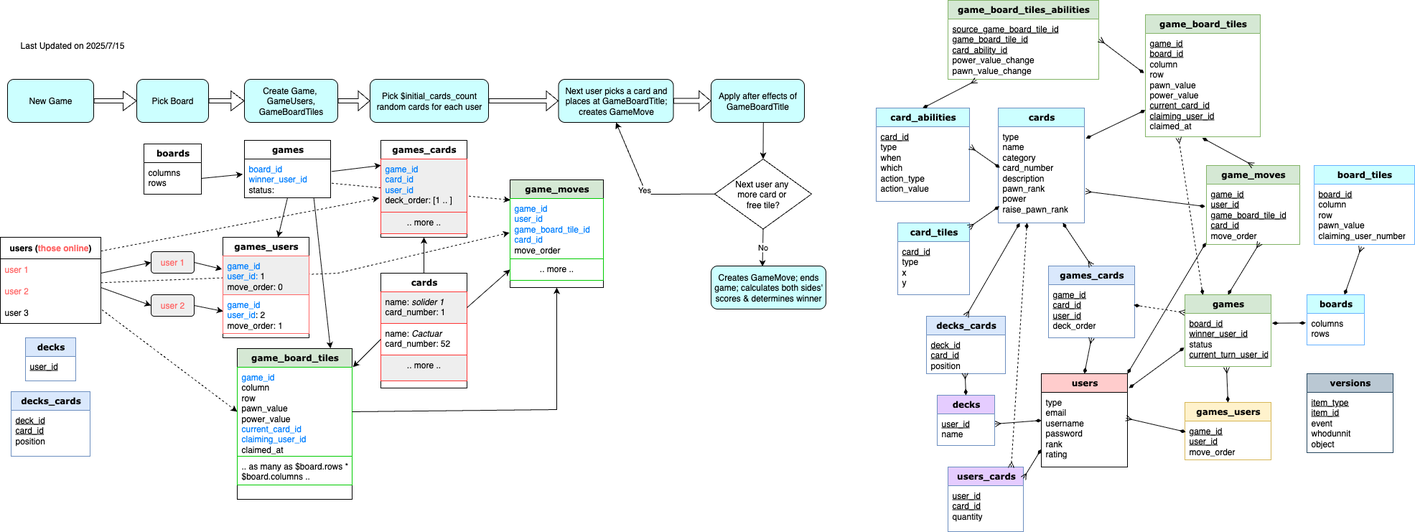
Before: doc/diagrams/EER.drawio.png, a diagram exported from draw.io (briangan/queens_blood_by_fan). Source tidied: cells renumbered, new cells last; positions are measured from the earlier drawing's top-left corner, leaving out a move shared by most shapes.
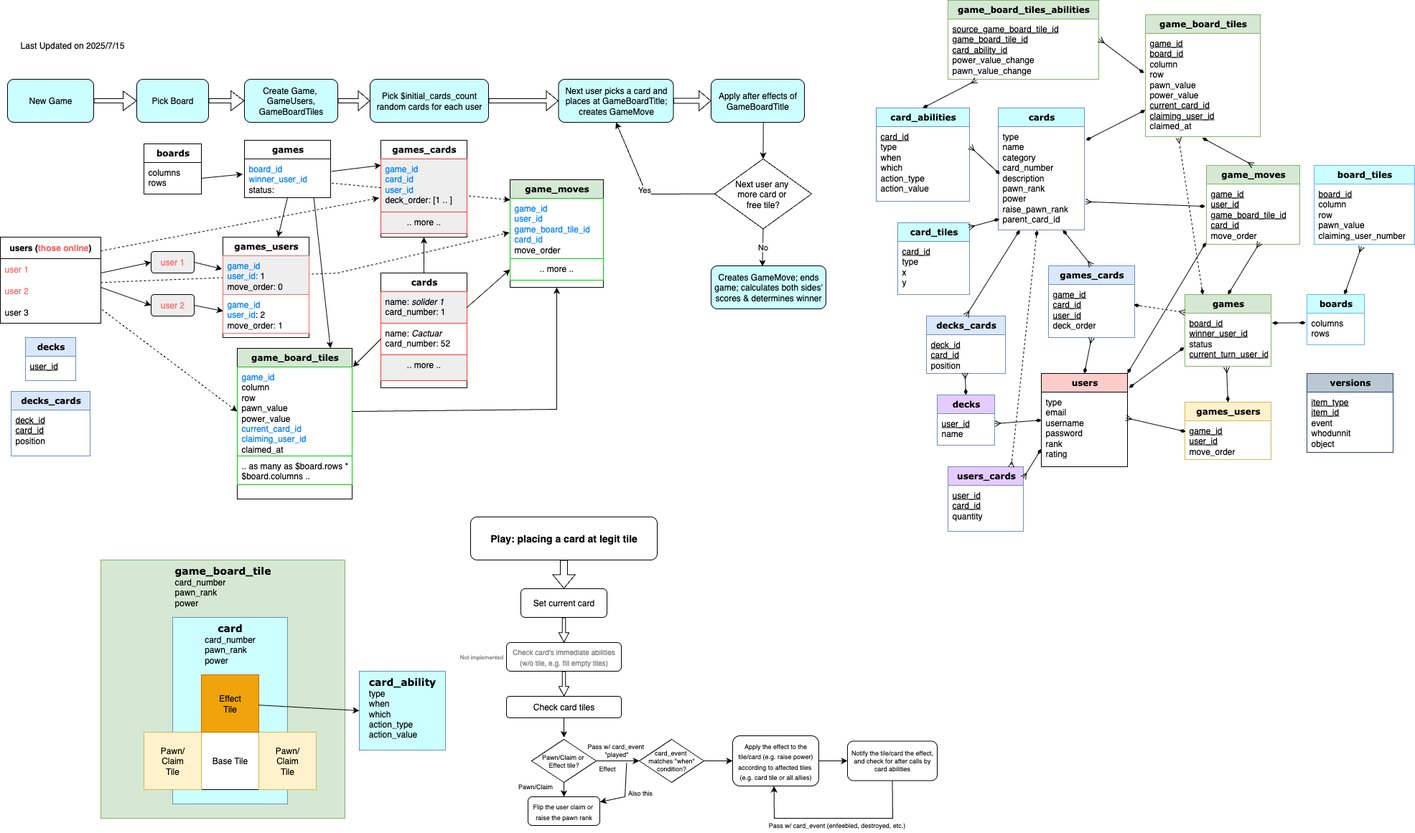
The same file after the commit.

Commit message:
Card: given glowing power; updated EER w/ parent_card_id.  Player tip added w/ pawn icon

Change to the diagram source:
```diff
@@ -37,10 +37,10 @@
       <mxGeometry y="26" width="100" height="74" as="geometry" />
     </mxCell>
     <mxCell id="12" value="&lt;font style=&quot;font-size: 12px;&quot;&gt;&lt;b&gt;cards&lt;/b&gt;&lt;/font&gt;" style="swimlane;html=1;fontStyle=0;horizontal=1;startSize=26;fillColor=#CCFFFF;swimlaneFillColor=#ffffff;rounded=0;shadow=0;comic=0;labelBackgroundColor=none;strokeWidth=1;fontFamily=Verdana;fontSize=10;align=center;strokeColor=#6c8ebf;" parent="1" vertex="1">
-      <mxGeometry x="1390" y="150" width="120" height="160" as="geometry" />
+      <mxGeometry x="1390" y="150" width="120" height="170" as="geometry" />
     </mxCell>
-    <mxCell id="13" value="type&lt;div&gt;name&lt;/div&gt;&lt;div&gt;category&lt;/div&gt;&lt;div&gt;card_number&lt;/div&gt;&lt;div&gt;description&lt;/div&gt;&lt;div&gt;pawn_rank&lt;/div&gt;&lt;div&gt;power&lt;/div&gt;&lt;div&gt;raise_pawn_rank&lt;/div&gt;" style="text;html=1;strokeColor=none;fillColor=none;align=left;verticalAlign=top;spacingLeft=4;spacingRight=4;whiteSpace=wrap;overflow=hidden;points=[[0,0.5],[1,0.5]];portConstraint=eastwest;" parent="12" vertex="1">
-      <mxGeometry y="26" width="120" height="124" as="geometry" />
+    <mxCell id="13" value="type&lt;div&gt;name&lt;/div&gt;&lt;div&gt;category&lt;/div&gt;&lt;div&gt;card_number&lt;/div&gt;&lt;div&gt;description&lt;/div&gt;&lt;div&gt;pawn_rank&lt;/div&gt;&lt;div&gt;power&lt;/div&gt;&lt;div&gt;raise_pawn_rank&lt;/div&gt;&lt;div&gt;parent_card_id&lt;/div&gt;" style="text;html=1;strokeColor=none;fillColor=none;align=left;verticalAlign=top;spacingLeft=4;spacingRight=4;whiteSpace=wrap;overflow=hidden;points=[[0,0.5],[1,0.5]];portConstraint=eastwest;" parent="12" vertex="1">
+      <mxGeometry y="26" width="120" height="144" as="geometry" />
     </mxCell>
     <mxCell id="14" value="&lt;font style=&quot;font-size: 12px;&quot;&gt;&lt;b&gt;game_moves&lt;/b&gt;&lt;/font&gt;" style="swimlane;html=1;fontStyle=0;horizontal=1;startSize=26;fillColor=#d5e8d4;swimlaneFillColor=#ffffff;rounded=0;shadow=0;comic=0;labelBackgroundColor=none;strokeWidth=1;fontFamily=Verdana;fontSize=10;align=center;strokeColor=#82b366;" parent="1" vertex="1">
       <mxGeometry x="1680" y="230" width="130" height="110" as="geometry" />
@@ -353,10 +353,8 @@
     <mxCell id="114" style="endArrow=ERmany;html=1;rounded=0;entryX=0.999;entryY=0.177;entryDx=0;entryDy=0;exitX=0;exitY=0.76;exitDx=0;exitDy=0;startArrow=diamondThin;startFill=1;endFill=0;exitPerimeter=0;entryPerimeter=0;" parent="1" edge="1" source="23" target="112">
       <mxGeometry relative="1" as="geometry" />
     </mxCell>
-    <mxCell id="115" style="endArrow=ERmany;html=1;rounded=0;entryX=0.838;entryY=0.011;entryDx=0;entryDy=0;startArrow=diamondThin;startFill=1;endFill=0;entryPerimeter=0;dashed=1;" parent="1" edge="1" target="112">
-      <mxGeometry relative="1" as="geometry">
-        <mxPoint x="1430" y="310" as="sourcePoint" />
-      </mxGeometry>
+    <mxCell id="115" style="endArrow=ERmany;html=1;rounded=0;entryX=0.838;entryY=0.011;entryDx=0;entryDy=0;startArrow=diamondThin;startFill=1;endFill=0;entryPerimeter=0;dashed=1;exitX=0.45;exitY=1.003;exitDx=0;exitDy=0;exitPerimeter=0;" parent="1" edge="1" source="13" target="112">
+      <mxGeometry relative="1" as="geometry" />
     </mxCell>
     <mxCell id="116" value="&lt;span style=&quot;font-size: 12px;&quot;&gt;&lt;b&gt;game_board_tiles_abilities&lt;/b&gt;&lt;/span&gt;" style="swimlane;html=1;fontStyle=0;horizontal=1;startSize=26;fillColor=#d5e8d4;swimlaneFillColor=#ffffff;rounded=0;shadow=0;comic=0;labelBackgroundColor=none;strokeWidth=1;fontFamily=Verdana;fontSize=10;align=center;strokeColor=#82b366;" parent="1" vertex="1">
       <mxGeometry x="1320" width="210" height="110" as="geometry" />
@@ -370,5 +368,118 @@
     <mxCell id="119" style="endArrow=diamondThin;html=1;rounded=0;exitX=1.004;exitY=0.339;exitDx=0;exitDy=0;startArrow=ERmany;startFill=0;endFill=1;entryX=-0.012;entryY=0.385;entryDx=0;entryDy=0;entryPerimeter=0;exitPerimeter=0;" parent="1" edge="1" source="117" target="5">
       <mxGeometry relative="1" as="geometry" />
     </mxCell>
+    <mxCell id="120" value="&lt;b style=&quot;font-family: Verdana; text-wrap-mode: nowrap;&quot;&gt;&lt;font style=&quot;font-size: 14px;&quot;&gt;game_board_tile&lt;/font&gt;&lt;/b&gt;&lt;div&gt;&lt;div style=&quot;text-align: left;&quot;&gt;card_number&lt;/div&gt;&lt;div style=&quot;text-align: left;&quot;&gt;&lt;span style=&quot;background-color: transparent; color: light-dark(rgb(0, 0, 0), rgb(255, 255, 255));&quot;&gt;pawn_rank&lt;/span&gt;&lt;/div&gt;&lt;div style=&quot;text-align: left;&quot;&gt;power&lt;/div&gt;&lt;/div&gt;" style="rounded=0;whiteSpace=wrap;html=1;fillColor=#d5e8d4;strokeColor=#82b366;verticalAlign=top;" parent="1" vertex="1">
+      <mxGeometry x="140" y="780" width="340" height="360" as="geometry" />
+    </mxCell>
+    <mxCell id="121" value="&lt;b style=&quot;font-family: Verdana; text-wrap-mode: nowrap;&quot;&gt;&lt;font style=&quot;font-size: 14px;&quot;&gt;card&lt;/font&gt;&lt;/b&gt;&lt;div&gt;&lt;div style=&quot;text-align: left;&quot;&gt;card_number&lt;/div&gt;&lt;div style=&quot;text-align: left;&quot;&gt;&lt;span style=&quot;background-color: transparent; color: light-dark(rgb(0, 0, 0), rgb(255, 255, 255));&quot;&gt;pawn_rank&lt;/span&gt;&lt;/div&gt;&lt;div style=&quot;text-align: left;&quot;&gt;power&lt;/div&gt;&lt;/div&gt;" style="rounded=0;whiteSpace=wrap;html=1;fillColor=#CCFFFF;strokeColor=#6c8ebf;verticalAlign=top;" parent="1" vertex="1">
+      <mxGeometry x="240" y="860" width="160" height="260" as="geometry" />
+    </mxCell>
+    <mxCell id="122" value="&lt;b style=&quot;font-family: Verdana; text-wrap-mode: nowrap;&quot;&gt;&lt;font style=&quot;font-size: 14px;&quot;&gt;card_ability&lt;/font&gt;&lt;/b&gt;&lt;div&gt;&lt;div style=&quot;text-align: left;&quot;&gt;&lt;div&gt;&lt;span style=&quot;background-color: transparent; color: light-dark(rgb(0, 0, 0), rgb(255, 255, 255));&quot;&gt;type&lt;/span&gt;&lt;/div&gt;&lt;div&gt;when&lt;/div&gt;&lt;div&gt;which&lt;/div&gt;&lt;div&gt;action_type&lt;/div&gt;&lt;div&gt;action_value&lt;/div&gt;&lt;/div&gt;&lt;/div&gt;" style="rounded=0;whiteSpace=wrap;html=1;fillColor=#CCFFFF;strokeColor=#6c8ebf;verticalAlign=top;" parent="1" vertex="1">
+      <mxGeometry x="500" y="935" width="120" height="110" as="geometry" />
+    </mxCell>
+    <mxCell id="123" style="group;" parent="1" vertex="1">
+      <mxGeometry x="200" y="940" width="240" height="160" as="geometry" />
+    </mxCell>
+    <mxCell id="124" value="Base Tile" style="whiteSpace=wrap;html=1;" parent="123" vertex="1">
+      <mxGeometry x="80" y="80" width="80" height="80" as="geometry" />
+    </mxCell>
+    <mxCell id="125" value="Pawn/&lt;div&gt;Claim&lt;/div&gt;&lt;div&gt;Tile&lt;/div&gt;" style="whiteSpace=wrap;html=1;fillColor=#fff2cc;strokeColor=#d6b656;" parent="123" vertex="1">
+      <mxGeometry y="80" width="80" height="80" as="geometry" />
+    </mxCell>
+    <mxCell id="126" value="Pawn/&lt;div&gt;Claim&lt;/div&gt;&lt;div&gt;Tile&lt;/div&gt;" style="whiteSpace=wrap;html=1;fillColor=#fff2cc;strokeColor=#d6b656;" parent="123" vertex="1">
+      <mxGeometry x="160" y="80" width="80" height="80" as="geometry" />
+    </mxCell>
+    <mxCell id="127" value="Effect&lt;div&gt;Tile&lt;/div&gt;" style="whiteSpace=wrap;html=1;fillColor=#f0a30a;strokeColor=#BD7000;fontColor=#000000;" parent="123" vertex="1">
+      <mxGeometry x="80" width="80" height="80" as="geometry" />
+    </mxCell>
+    <mxCell id="128" style="endArrow=classic;html=1;rounded=0;entryX=0;entryY=0.5;entryDx=0;entryDy=0;" parent="1" edge="1" source="127" target="122">
+      <mxGeometry relative="1" as="geometry" />
+    </mxCell>
+    <mxCell id="129" value="&lt;span style=&quot;font-size: 14px; font-weight: 700; text-wrap-mode: nowrap;&quot;&gt;Play: placing a card at legit tile&lt;/span&gt;" style="rounded=1;whiteSpace=wrap;html=1;" parent="1" vertex="1">
+      <mxGeometry x="655" y="720" width="260" height="60" as="geometry" />
+    </mxCell>
+    <mxCell id="130" value="Set current card" style="rounded=1;whiteSpace=wrap;html=1;" parent="1" vertex="1">
+      <mxGeometry x="725" y="820" width="120" height="40" as="geometry" />
+    </mxCell>
+    <mxCell id="131" style="shape=flexArrow;endArrow=classic;html=1;rounded=0;entryX=0.5;entryY=0;entryDx=0;entryDy=0;" parent="1" edge="1" target="130">
+      <mxGeometry relative="1" as="geometry">
+        <mxPoint x="785" y="780" as="sourcePoint" />
+      </mxGeometry>
+    </mxCell>
+    <mxCell id="132" value="&lt;font style=&quot;font-size: 10px;&quot;&gt;Check card's immediate abilities (w/o tile, e.g.&amp;nbsp;&lt;/font&gt;&lt;span style=&quot;font-size: 10px; background-color: transparent; color: light-dark(rgb(128, 128, 128), rgb(127, 127, 127));&quot;&gt;fill empty tiles)&lt;/span&gt;" style="rounded=1;whiteSpace=wrap;html=1;fontColor=#808080;" parent="1" vertex="1">
+      <mxGeometry x="705" y="895" width="160" height="40" as="geometry" />
+    </mxCell>
+    <mxCell id="133" style="shape=flexArrow;endArrow=classic;html=1;rounded=0;width=4.444444444444445;endSize=4.075555555555556;endWidth=8.69135802469136;exitX=0.5;exitY=1;exitDx=0;exitDy=0;entryX=0.5;entryY=0;entryDx=0;entryDy=0;" parent="1" edge="1" source="130" target="132">
+      <mxGeometry relative="1" as="geometry" />
+    </mxCell>
+    <mxCell id="134" value="Check card tiles" style="rounded=1;whiteSpace=wrap;html=1;" parent="1" vertex="1">
+      <mxGeometry x="705" y="970" width="160" height="30" as="geometry" />
+    </mxCell>
+    <mxCell id="135" style="shape=flexArrow;endArrow=classic;html=1;rounded=0;width=4.444444444444445;endSize=4.075555555555556;endWidth=8.69135802469136;exitX=0.5;exitY=1;exitDx=0;exitDy=0;entryX=0.5;entryY=0;entryDx=0;entryDy=0;" parent="1" edge="1" source="132" target="134">
+      <mxGeometry relative="1" as="geometry" />
+    </mxCell>
+    <mxCell id="136" value="Pawn/Claim or&amp;nbsp;&lt;div&gt;Effect tile?&lt;/div&gt;" style="rhombus;whiteSpace=wrap;html=1;fontSize=9;" parent="1" vertex="1">
+      <mxGeometry x="740" y="1030" width="90" height="60" as="geometry" />
+    </mxCell>
+    <mxCell id="137" style="endArrow=classic;html=1;rounded=0;exitX=0.5;exitY=1;exitDx=0;exitDy=0;entryX=0.5;entryY=0;entryDx=0;entryDy=0;" parent="1" edge="1" source="136" target="139">
+      <mxGeometry relative="1" as="geometry" />
+    </mxCell>
+    <mxCell id="138" value="&lt;span style=&quot;font-size: 9px; text-wrap-mode: wrap;&quot;&gt;Pawn/Claim&lt;/span&gt;" style="text;html=1;align=center;verticalAlign=middle;strokeColor=none;fillColor=none;fontFamily=Helvetica;fontSize=12;fontColor=default;spacing=0;" parent="1" vertex="1">
+      <mxGeometry x="710" y="1085" width="70" height="20" as="geometry" />
+    </mxCell>
+    <mxCell id="139" value="&lt;font style=&quot;font-size: 9px;&quot;&gt;Flip the user claim or&amp;nbsp;&lt;/font&gt;&lt;div&gt;&lt;font style=&quot;font-size: 9px;&quot;&gt;raise the pawn rank&lt;/font&gt;&lt;/div&gt;" style="rounded=1;whiteSpace=wrap;html=1;" parent="1" vertex="1">
+      <mxGeometry x="735" y="1110" width="100" height="40" as="geometry" />
+    </mxCell>
+    <mxCell id="140" style="endArrow=classic;html=1;rounded=0;entryX=0.5;entryY=-0.041;entryDx=0;entryDy=0;entryPerimeter=0;exitX=0.5;exitY=1;exitDx=0;exitDy=0;" parent="1" edge="1" source="134" target="136">
+      <mxGeometry relative="1" as="geometry" />
+    </mxCell>
+    <mxCell id="141" style="endArrow=classic;html=1;rounded=0;exitX=1;exitY=0.5;exitDx=0;exitDy=0;entryX=0;entryY=0.5;entryDx=0;entryDy=0;" parent="1" edge="1" source="136" target="150">
+      <mxGeometry relative="1" as="geometry" />
+    </mxCell>
+    <mxCell id="142" value="&lt;span style=&quot;font-size: 9px; text-wrap-mode: wrap;&quot;&gt;Effect&lt;/span&gt;" style="text;html=1;align=center;verticalAlign=middle;strokeColor=none;fillColor=none;fontFamily=Helvetica;fontSize=12;fontColor=default;spacing=0;" parent="1" vertex="1">
+      <mxGeometry x="825" y="1060" width="40" height="20" as="geometry" />
+    </mxCell>
+    <mxCell id="143" value="Not implemented" style="text;html=1;align=center;verticalAlign=middle;strokeColor=none;fillColor=none;fontSize=8;fontColor=#808080;" parent="1" vertex="1">
+      <mxGeometry x="630" y="905" width="80" height="20" as="geometry" />
+    </mxCell>
+    <mxCell id="144" value="&lt;font style=&quot;font-size: 9px;&quot;&gt;Apply the effect to the tile/card (e.g. raise power)&lt;/font&gt;&lt;div&gt;&lt;font style=&quot;font-size: 9px;&quot;&gt;according to affected tiles&amp;nbsp;&lt;/font&gt;&lt;/div&gt;&lt;div&gt;&lt;font style=&quot;font-size: 9px;&quot;&gt;(e.g. card tile or all allies)&lt;/font&gt;&lt;/div&gt;" style="rounded=1;whiteSpace=wrap;html=1;" parent="1" vertex="1">
+      <mxGeometry x="1020" y="1025" width="120" height="70" as="geometry" />
+    </mxCell>
+    <mxCell id="145" value="&lt;font&gt;Notify the tile/card the effect, and check for after calls by card abilities&lt;/font&gt;" style="rounded=1;whiteSpace=wrap;html=1;fontSize=9;" parent="1" vertex="1">
+      <mxGeometry x="1180" y="1032.5" width="125" height="55" as="geometry" />
+    </mxCell>
+    <mxCell id="146" style="endArrow=classic;html=1;rounded=0;exitX=1;exitY=0.5;exitDx=0;exitDy=0;entryX=0;entryY=0.5;entryDx=0;entryDy=0;" parent="1" edge="1" source="144" target="145">
+      <mxGeometry relative="1" as="geometry" />
+    </mxCell>
+    <mxCell id="147" style="endArrow=classic;html=1;rounded=0;exitX=0.5;exitY=1;exitDx=0;exitDy=0;entryX=0.48;entryY=1.002;entryDx=0;entryDy=0;entryPerimeter=0;" parent="1" edge="1" source="145" target="144">
+      <mxGeometry relative="1" as="geometry">
+        <Array as="points">
+          <mxPoint x="1243" y="1140" />
+          <mxPoint x="1078" y="1140" />
+        </Array>
+      </mxGeometry>
+    </mxCell>
+    <mxCell id="148" value="Pass w/ card_event&amp;nbsp;&lt;div&gt;&quot;played&quot;&lt;/div&gt;" style="text;html=1;align=center;verticalAlign=middle;points=[];strokeColor=none;fillColor=none;fontSize=9;" parent="1" vertex="1">
+      <mxGeometry x="807.5" y="1025" width="100" height="40" as="geometry" />
+    </mxCell>
+    <mxCell id="149" value="Pass w/ card_event (enfeebled, destroyed, etc.)" style="text;html=1;align=center;verticalAlign=middle;strokeColor=none;fillColor=none;fontSize=9;" parent="1" vertex="1">
+      <mxGeometry x="1060" y="1140" width="210" height="20" as="geometry" />
+    </mxCell>
+    <mxCell id="150" value="card_event&amp;nbsp;&lt;div&gt;matches &quot;when&quot; condition?&lt;/div&gt;" style="rhombus;whiteSpace=wrap;html=1;fontSize=9;" parent="1" vertex="1">
+      <mxGeometry x="890" y="1030" width="90" height="60" as="geometry" />
+    </mxCell>
+    <mxCell id="151" style="endArrow=classic;html=1;rounded=0;entryX=0;entryY=0.5;entryDx=0;entryDy=0;" parent="1" edge="1" source="150" target="144">
+      <mxGeometry relative="1" as="geometry" />
+    </mxCell>
+    <mxCell id="152" style="endArrow=classic;html=1;rounded=0;exitX=0.649;exitY=0.929;exitDx=0;exitDy=0;entryX=1.002;entryY=0.181;entryDx=0;entryDy=0;entryPerimeter=0;exitPerimeter=0;" parent="1" edge="1" source="148" target="139">
+      <mxGeometry relative="1" as="geometry">
+        <Array as="points">
+          <mxPoint x="870" y="1110" />
+        </Array>
+      </mxGeometry>
+    </mxCell>
+    <mxCell id="153" value="Also this" style="text;html=1;align=center;verticalAlign=middle;strokeColor=none;fillColor=none;fontSize=9;" parent="1" vertex="1">
+      <mxGeometry x="861" y="1095" width="60" height="20" as="geometry" />
+    </mxCell>
   </root>
 </mxGraphModel>
```
